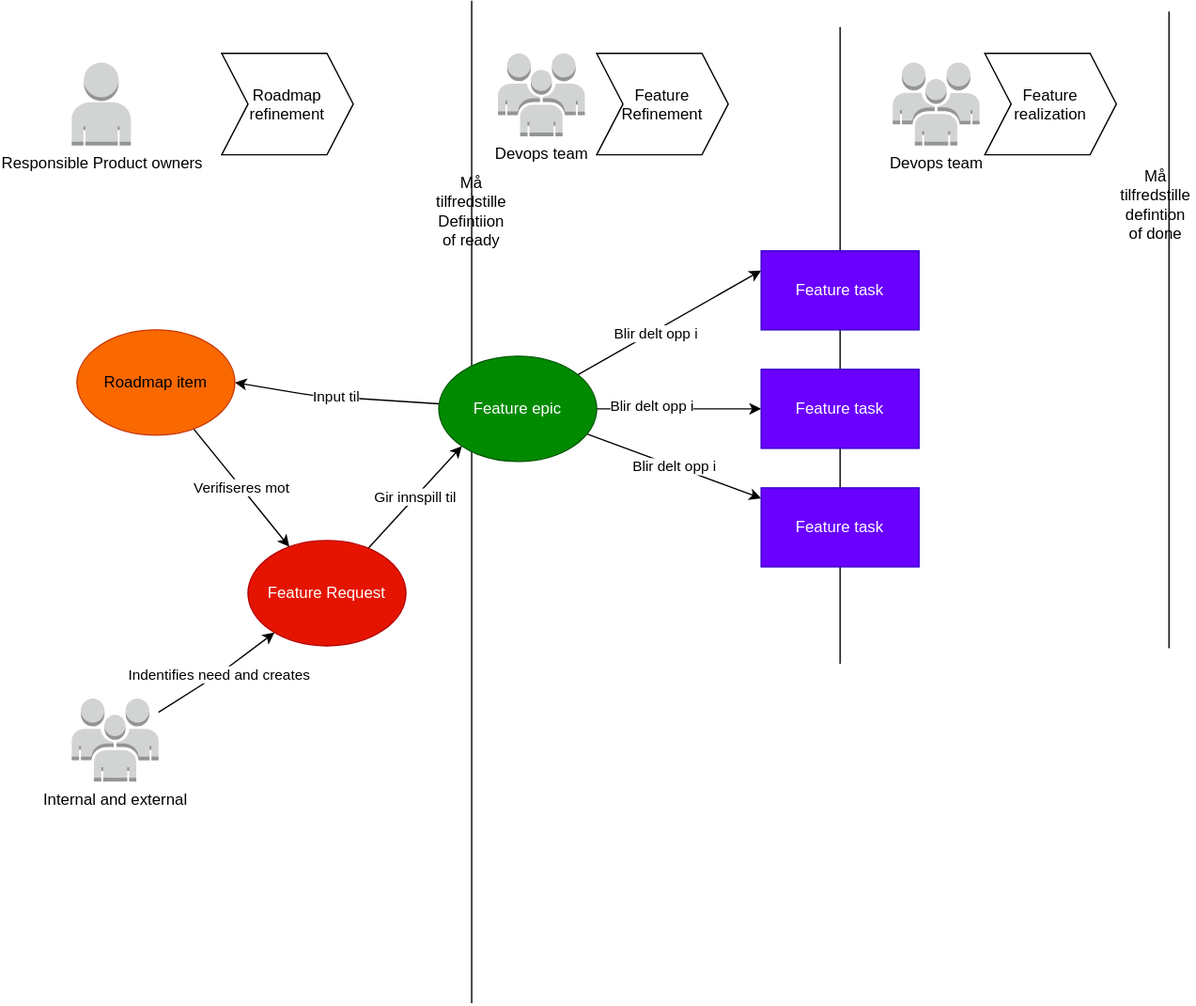
Before: content/community/devops/roadmapprocess/roadmapprocess.drawio.svg, a diagram exported from draw.io (Altinn/altinn-studio-docs). Source tidied: cells renumbered, new cells last; positions are measured from the earlier drawing's top-left corner, leaving out a move shared by most shapes.
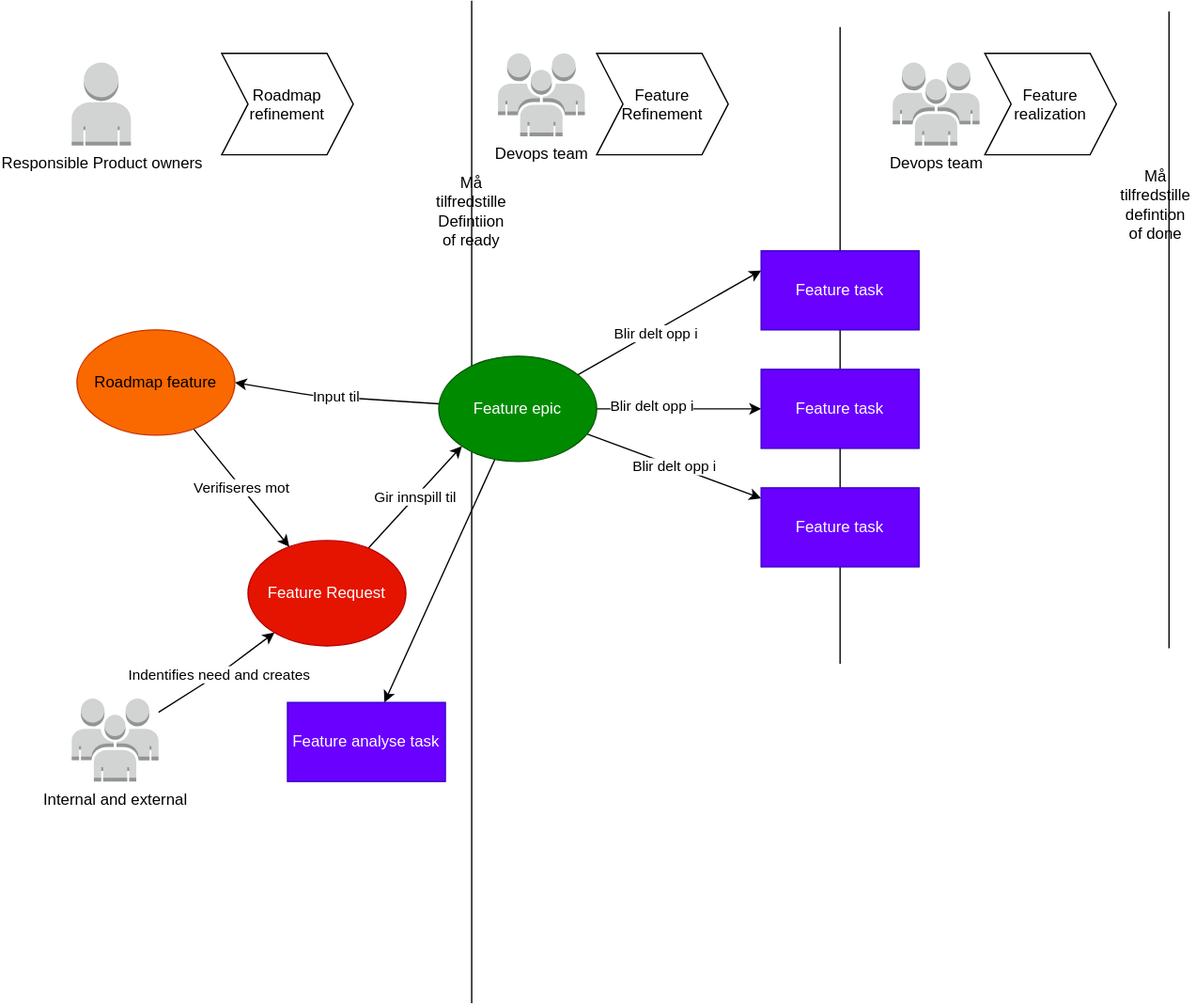
Later version of the same file.

Diff of the diagram source:
```diff
@@ -39,7 +39,7 @@
     <mxCell id="10" value="Verifiseres mot" style="edgeStyle=none;html=1;" parent="1" edge="1" source="11" target="8">
       <mxGeometry relative="1" as="geometry" />
     </mxCell>
-    <mxCell id="11" value="Roadmap item" style="ellipse;whiteSpace=wrap;html=1;fillColor=#fa6800;fontColor=#000000;strokeColor=#C73500;" parent="1" vertex="1">
+    <mxCell id="11" value="Roadmap feature" style="ellipse;whiteSpace=wrap;html=1;fillColor=#fa6800;fontColor=#000000;strokeColor=#C73500;" parent="1" vertex="1">
       <mxGeometry x="4" y="250" width="120" height="80" as="geometry" />
     </mxCell>
     <mxCell id="12" value="Responsible Product owners" style="dashed=0;verticalLabelPosition=bottom;verticalAlign=top;align=center;html=1;shape=mxgraph.aws3.user;fillColor=#D2D3D3;gradientColor=none;" parent="1" vertex="1">
@@ -87,6 +87,9 @@
     <mxCell id="25" value="Må tilfredstille defintion of done" style="text;html=1;strokeColor=none;fillColor=none;align=center;verticalAlign=middle;whiteSpace=wrap;rounded=0;" parent="1" vertex="1">
       <mxGeometry x="794" y="140" width="60" height="30" as="geometry" />
     </mxCell>
+    <mxCell id="29" style="edgeStyle=none;html=1;" parent="1" edge="1" source="26" target="30">
+      <mxGeometry relative="1" as="geometry" />
+    </mxCell>
     <mxCell id="26" value="Feature epic" style="ellipse;whiteSpace=wrap;html=1;fillColor=#008a00;fontColor=#ffffff;strokeColor=#005700;" parent="1" vertex="1">
       <mxGeometry x="279" y="270" width="120" height="80" as="geometry" />
     </mxCell>
@@ -100,5 +103,8 @@
     <mxCell id="28" value="Internal and external&amp;nbsp;" style="outlineConnect=0;dashed=0;verticalLabelPosition=bottom;verticalAlign=top;align=center;html=1;shape=mxgraph.aws3.users;fillColor=#D2D3D3;gradientColor=none;" parent="1" vertex="1">
       <mxGeometry y="530" width="66" height="63" as="geometry" />
     </mxCell>
+    <mxCell id="30" value="Feature analyse task" style="rounded=0;whiteSpace=wrap;html=1;fillColor=#6a00ff;fontColor=#ffffff;strokeColor=#3700CC;" parent="1" vertex="1">
+      <mxGeometry x="164" y="533" width="120" height="60" as="geometry" />
+    </mxCell>
   </root>
 </mxGraphModel>
```
